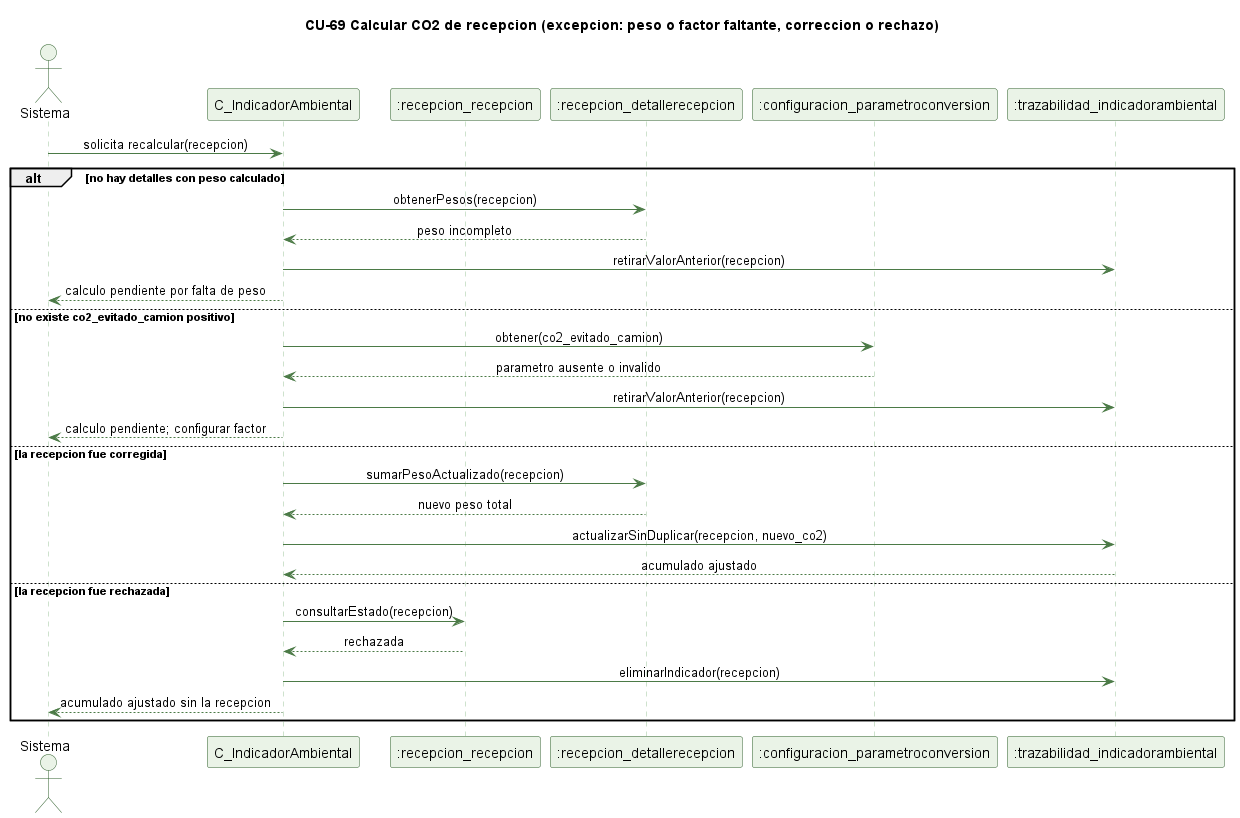
The PlantUML diagram docs/trabajo-grupal/diagramas/secuencias/cu69-co2-recepcion-excepcion.png in kenjikaese/Triverde, before a commit.
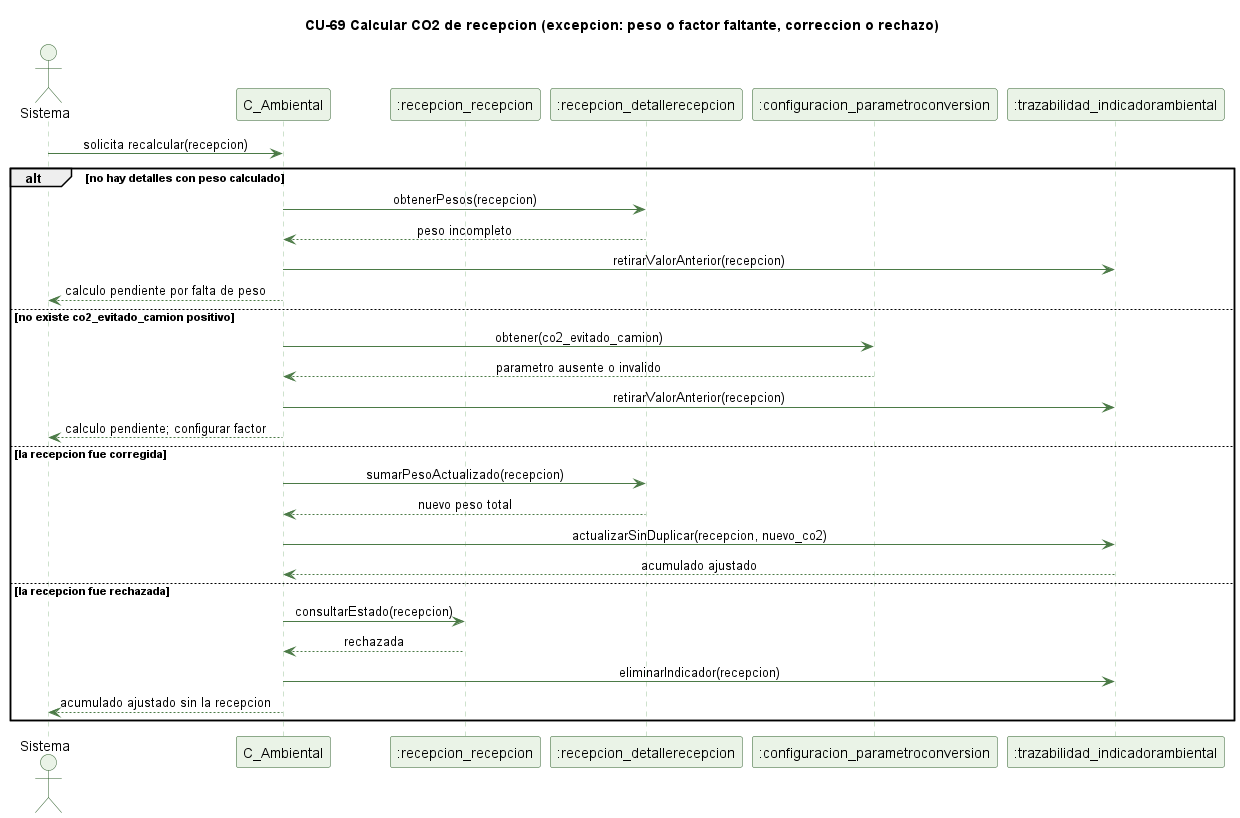
After the change.

The edit, as a diff of the source:
```diff
@@ -13,7 +13,7 @@
 title CU-69 Calcular CO2 de recepcion (excepcion: peso o factor faltante, correccion o rechazo)
 
 actor Sistema
-participant "C_IndicadorAmbiental" as C
+participant "C_Ambiental" as C
 participant ":recepcion_recepcion" as R
 participant ":recepcion_detallerecepcion" as DR
 participant ":configuracion_parametroconversion" as PC
```
